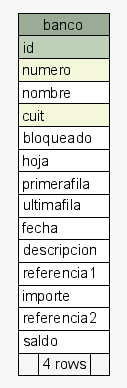
Earlier version of the Graphviz export postgresql/schemaSpy/salida/diagrams/summary/banco.1degree.png (diegopablomansilla/massoftware_front). Its source is kept beside it as postgresql/schemaSpy/salida/diagrams/summary/banco.1degree.dot.
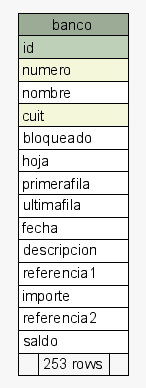
The same diagram one commit later.

The edit, as a diff of the source:
```diff
@@ -33,7 +33,7 @@
       <TR><TD PORT="importe" COLSPAN="3" ALIGN="LEFT">importe</TD></TR>
       <TR><TD PORT="referencia2" COLSPAN="3" ALIGN="LEFT">referencia2</TD></TR>
       <TR><TD PORT="saldo" COLSPAN="3" ALIGN="LEFT">saldo</TD></TR>
-      <TR><TD ALIGN="LEFT" BGCOLOR="#f7f7f7">  </TD><TD ALIGN="RIGHT" BGCOLOR="#f7f7f7">4 rows</TD><TD ALIGN="RIGHT" BGCOLOR="#f7f7f7">  </TD></TR>
+      <TR><TD ALIGN="LEFT" BGCOLOR="#f7f7f7">  </TD><TD ALIGN="RIGHT" BGCOLOR="#f7f7f7">253 rows</TD><TD ALIGN="RIGHT" BGCOLOR="#f7f7f7">  </TD></TR>
     </TABLE>>
     URL="tables/banco.html"
     tooltip="banco"
```
